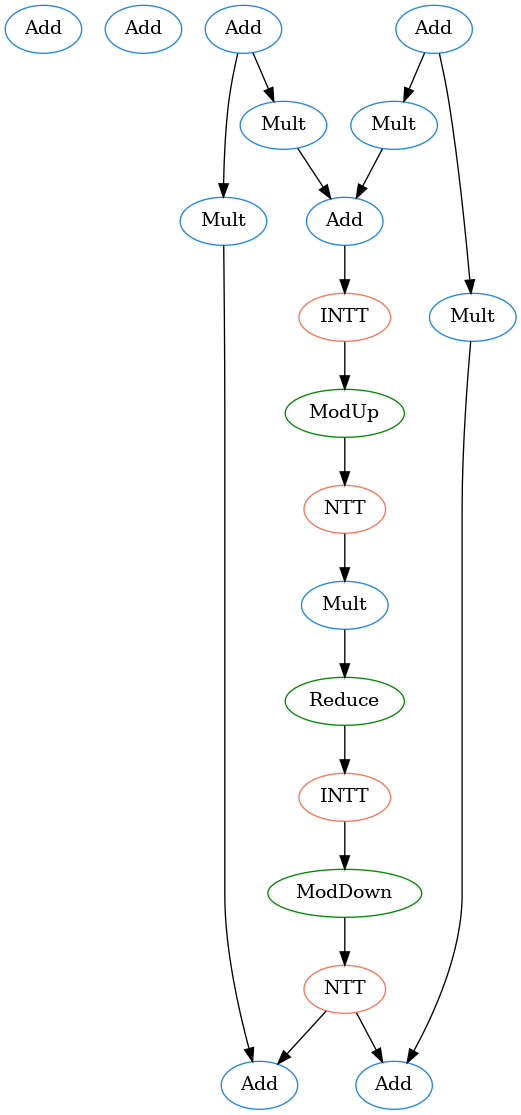
This is lib/fusion/graph_poly.png from hal-lab-u-tokyo/PolyFHE, a Graphviz export, as it was before one commit. Its source is kept beside it as lib/fusion/graph_poly.dot.
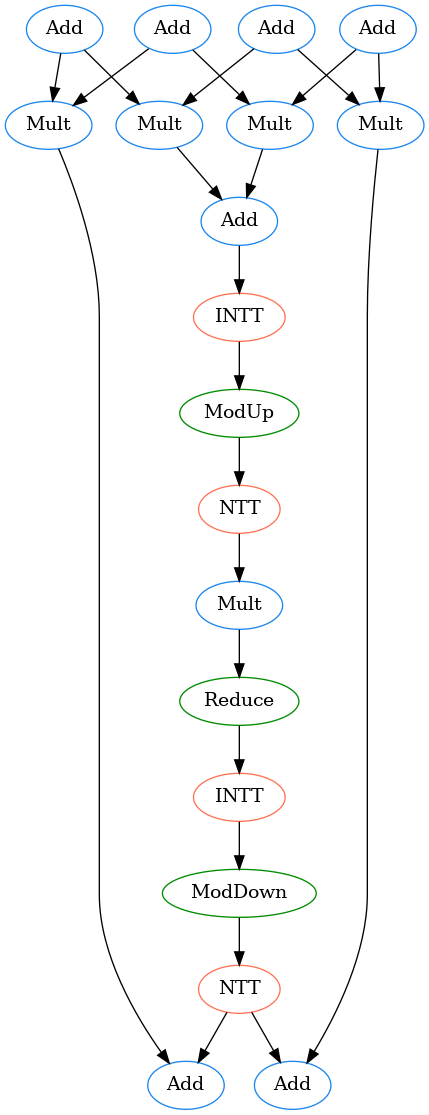
After the change.

Diff of the diagram source:
```diff
@@ -18,10 +18,14 @@
 16 [color=coral1, label=NTT];
 17 [color=dodgerblue2, label=Add];
 18 [color=dodgerblue2, label=Add];
+0->4 ;
+0->5 ;
+1->7 ;
+1->6 ;
 2->4 ;
-2->5 ;
-3->6 ;
+2->6 ;
 3->7 ;
+3->5 ;
 4->17 ;
 5->8 ;
 6->8 ;
```
